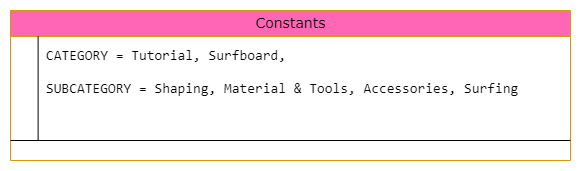
This is documentation/erd-product-constants.png from g-omarsdottir/shaping-sustainable-surf, a draw.io export, as it was before one commit. Source tidied: cells renumbered, new cells last; positions are measured from the earlier drawing's top-left corner, leaving out a move shared by most shapes.
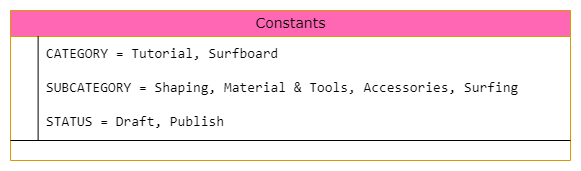
Above is the later version.

Commit message:
Update ERD for product and discount code models

Diff of the diagram source:
```diff
@@ -5,7 +5,7 @@
     <mxCell id="2" value="Constants" style="swimlane;html=1;fontStyle=0;horizontal=1;startSize=26;fillColor=#FF66B3;swimlaneFillColor=#ffffff;align=center;rounded=0;shadow=0;comic=0;labelBackgroundColor=none;strokeWidth=1;fontFamily=Verdana;fontSize=14;strokeColor=#d79b00;" parent="1" vertex="1">
       <mxGeometry width="560" height="150" as="geometry" />
     </mxCell>
-    <mxCell id="3" value="&lt;span style=&quot;background-color: rgb(255, 255, 255);&quot;&gt;&lt;span style=&quot;box-sizing: border-box; font-family: Consolas, Monaco, &amp;quot;Andale Mono&amp;quot;, &amp;quot;Ubuntu Mono&amp;quot;, monospace; font-size: 14.08px; font-weight: 400; white-space: pre;&quot;&gt;CATEGORY = Tutorial, Surfboard,&lt;/span&gt;&lt;/span&gt;&lt;div&gt;&lt;span style=&quot;background-color: rgb(255, 255, 255);&quot;&gt;&lt;span style=&quot;box-sizing: border-box; font-family: Consolas, Monaco, &amp;quot;Andale Mono&amp;quot;, &amp;quot;Ubuntu Mono&amp;quot;, monospace; font-size: 14.08px; font-weight: 400; white-space: pre;&quot;&gt;&lt;br&gt;&lt;/span&gt;&lt;/span&gt;&lt;/div&gt;&lt;div&gt;&lt;span style=&quot;background-color: rgb(255, 255, 255);&quot;&gt;&lt;span style=&quot;box-sizing: border-box; font-family: Consolas, Monaco, &amp;quot;Andale Mono&amp;quot;, &amp;quot;Ubuntu Mono&amp;quot;, monospace; font-size: 14.08px; font-weight: 400; white-space: pre;&quot;&gt;SUBCATEGORY = &lt;/span&gt;&lt;/span&gt;&lt;span style=&quot;background-color: rgb(255, 255, 255); font-family: Consolas, Monaco, &amp;quot;Andale Mono&amp;quot;, &amp;quot;Ubuntu Mono&amp;quot;, monospace; font-size: 14.08px; font-weight: 400; white-space: pre;&quot;&gt;Shaping, Material &amp;amp; Tools, Accessories, Surfing&lt;/span&gt;&lt;/div&gt;&lt;div&gt;&lt;span style=&quot;background-color: rgb(255, 255, 255); font-family: Consolas, Monaco, &amp;quot;Andale Mono&amp;quot;, &amp;quot;Ubuntu Mono&amp;quot;, monospace; font-size: 14.08px; font-weight: 400; white-space: pre;&quot;&gt;&lt;br&gt;&lt;/span&gt;&lt;/div&gt;&lt;div&gt;&lt;br&gt;&lt;/div&gt;" style="shape=partialRectangle;top=0;left=0;right=0;bottom=1;html=1;align=left;verticalAlign=middle;fillColor=none;spacingLeft=34;spacingRight=4;whiteSpace=wrap;overflow=hidden;fontStyle=1;" parent="2" vertex="1">
+    <mxCell id="3" value="&lt;span style=&quot;background-color: rgb(255, 255, 255);&quot;&gt;&lt;span style=&quot;box-sizing: border-box; font-family: Consolas, Monaco, &amp;quot;Andale Mono&amp;quot;, &amp;quot;Ubuntu Mono&amp;quot;, monospace; font-size: 14.08px; font-weight: 400; white-space: pre;&quot;&gt;CATEGORY = Tutorial, Surfboard&lt;/span&gt;&lt;/span&gt;&lt;div&gt;&lt;span style=&quot;background-color: rgb(255, 255, 255);&quot;&gt;&lt;span style=&quot;box-sizing: border-box; font-family: Consolas, Monaco, &amp;quot;Andale Mono&amp;quot;, &amp;quot;Ubuntu Mono&amp;quot;, monospace; font-size: 14.08px; font-weight: 400; white-space: pre;&quot;&gt;&lt;br&gt;&lt;/span&gt;&lt;/span&gt;&lt;/div&gt;&lt;div&gt;&lt;span style=&quot;background-color: rgb(255, 255, 255);&quot;&gt;&lt;span style=&quot;box-sizing: border-box; font-family: Consolas, Monaco, &amp;quot;Andale Mono&amp;quot;, &amp;quot;Ubuntu Mono&amp;quot;, monospace; font-size: 14.08px; font-weight: 400; white-space: pre;&quot;&gt;SUBCATEGORY = &lt;/span&gt;&lt;/span&gt;&lt;span style=&quot;background-color: rgb(255, 255, 255); font-family: Consolas, Monaco, &amp;quot;Andale Mono&amp;quot;, &amp;quot;Ubuntu Mono&amp;quot;, monospace; font-size: 14.08px; font-weight: 400; white-space: pre;&quot;&gt;Shaping, Material &amp;amp; Tools, Accessories, &lt;/span&gt;&lt;span style=&quot;background-color: rgb(255, 255, 255); font-family: Consolas, Monaco, &amp;quot;Andale Mono&amp;quot;, &amp;quot;Ubuntu Mono&amp;quot;, monospace; font-size: 14.08px; font-weight: 400; white-space: pre;&quot;&gt;Surfing &lt;/span&gt;&lt;/div&gt;&lt;div&gt;&lt;span style=&quot;background-color: rgb(255, 255, 255); font-family: Consolas, Monaco, &amp;quot;Andale Mono&amp;quot;, &amp;quot;Ubuntu Mono&amp;quot;, monospace; font-size: 14.08px; font-weight: 400; white-space: pre;&quot;&gt;&lt;br&gt;&lt;/span&gt;&lt;/div&gt;&lt;div&gt;&lt;span style=&quot;background-color: rgb(255, 255, 255); font-family: Consolas, Monaco, &amp;quot;Andale Mono&amp;quot;, &amp;quot;Ubuntu Mono&amp;quot;, monospace; font-size: 14.08px; font-weight: 400; white-space: pre;&quot;&gt;STATUS = Draft, Publish&lt;/span&gt;&lt;/div&gt;" style="shape=partialRectangle;top=0;left=0;right=0;bottom=1;html=1;align=left;verticalAlign=middle;fillColor=none;spacingLeft=34;spacingRight=4;whiteSpace=wrap;overflow=hidden;fontStyle=1;" parent="2" vertex="1">
       <mxGeometry y="26" width="560" height="104" as="geometry" />
     </mxCell>
     <mxCell id="4" style="shape=partialRectangle;top=0;left=0;bottom=0;html=1;fillColor=none;align=left;verticalAlign=middle;spacingLeft=4;spacingRight=4;whiteSpace=wrap;overflow=hidden;" parent="3" vertex="1">
```
